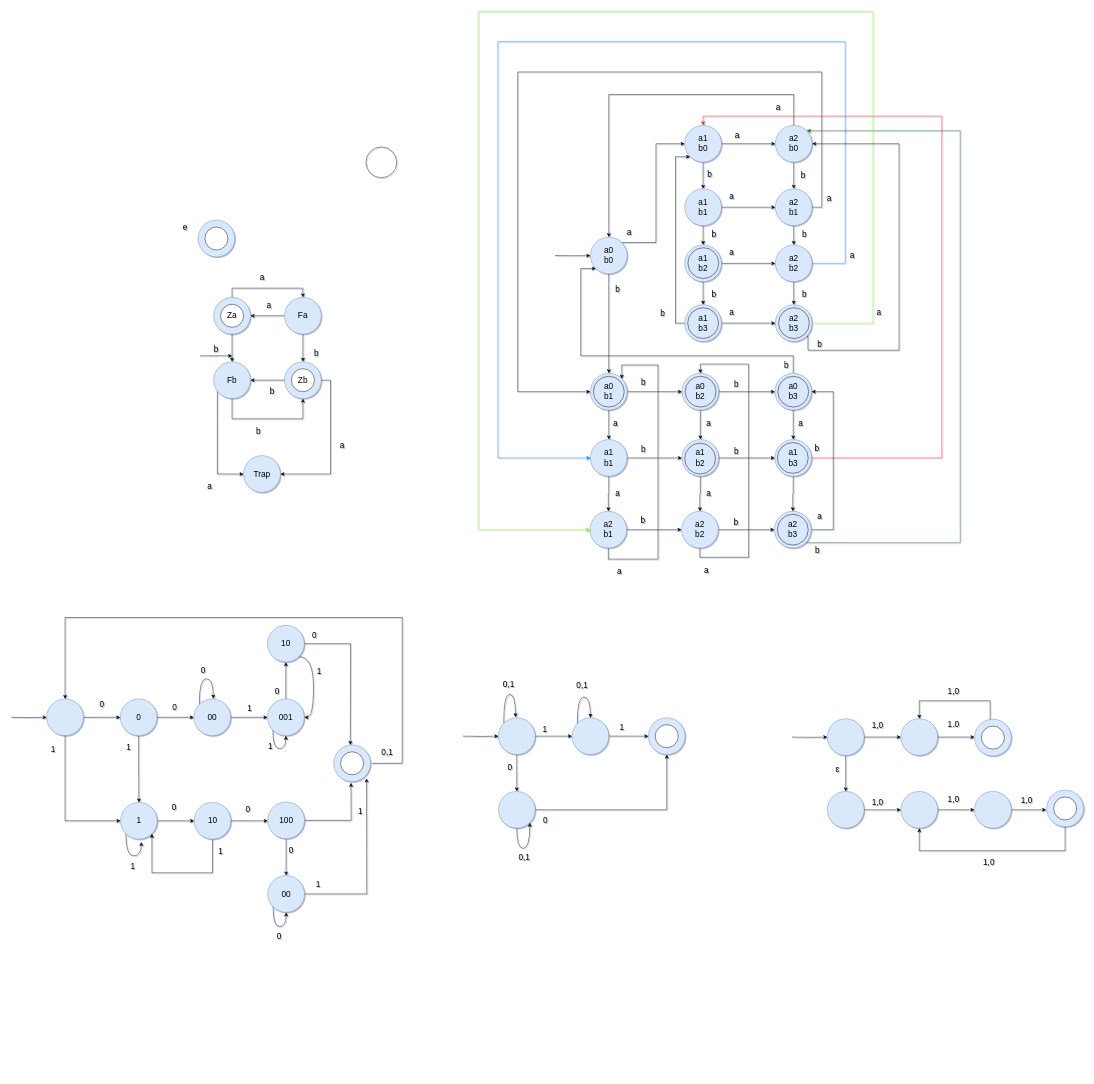
Before: HW2/HW2-P.drawio in mohsenkamini/SBU_FLA, a draw.io diagram. Source tidied: cells renumbered, new cells numbered last; positions are measured from the earlier drawing's top-left corner, leaving out a move shared by most shapes. Both pictures are drawn from the tidied source at 46%, with x=0, y=0 at pixel (11, 11).
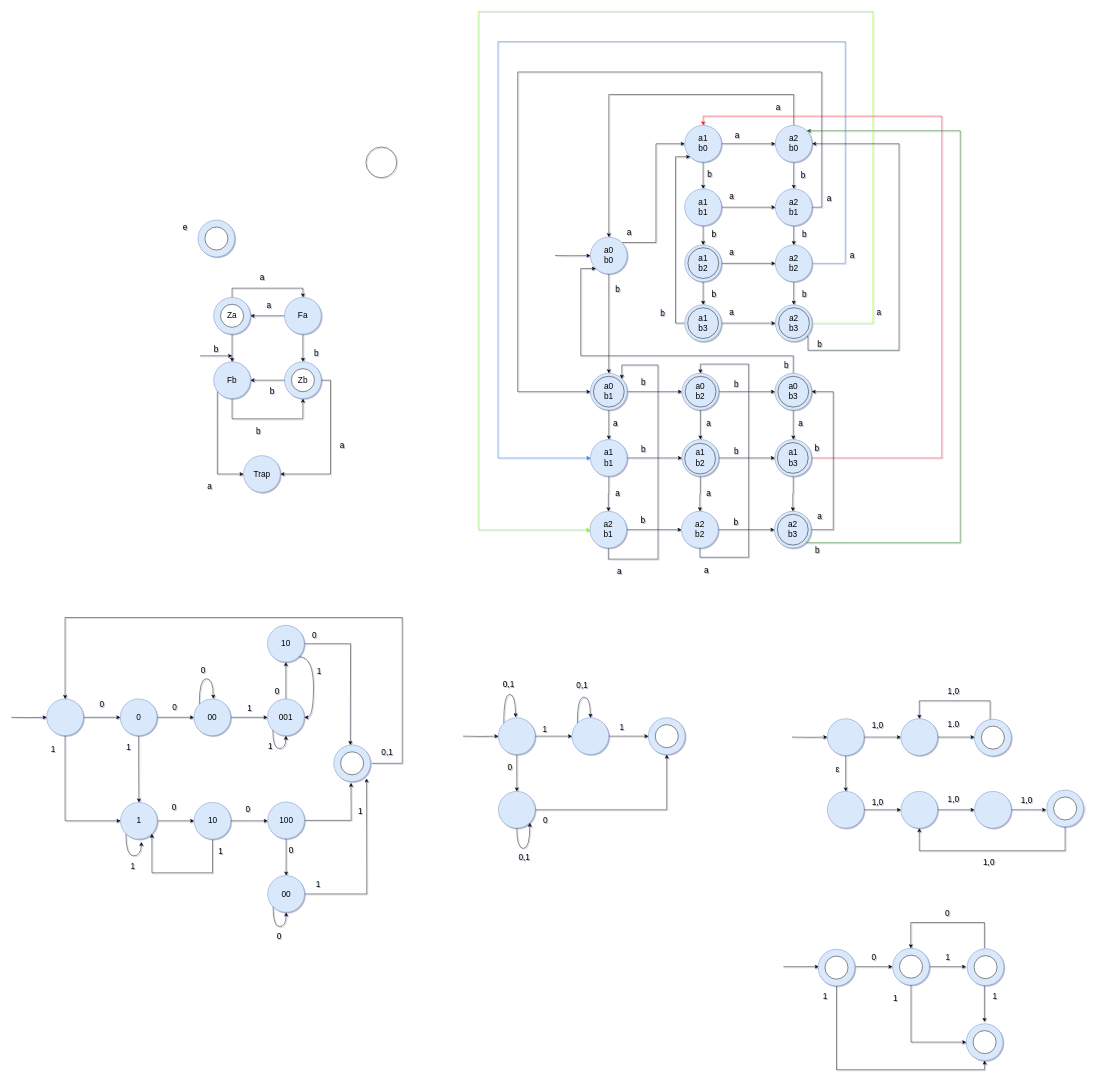
The same page after the edit.

Change to the diagram source:
```diff
@@
+    <mxCell id="232" style="edgeStyle=orthogonalEdgeStyle;rounded=0;orthogonalLoop=1;jettySize=auto;html=1;fontFamily=Helvetica;fontSize=18;fontColor=default;" parent="1" edge="1">
+      <mxGeometry relative="1" as="geometry">
+        <mxPoint x="1835.5" y="2077" as="sourcePoint" />
+        <mxPoint x="1915.5" y="2077" as="targetPoint" />
+      </mxGeometry>
+    </mxCell>
+    <mxCell id="233" style="edgeStyle=orthogonalEdgeStyle;rounded=0;orthogonalLoop=1;jettySize=auto;html=1;fontSize=18;entryX=0;entryY=0.5;entryDx=0;entryDy=0;" parent="1" edge="1">
+      <mxGeometry relative="1" as="geometry">
+        <mxPoint x="1678.5" y="2077" as="sourcePoint" />
+        <mxPoint x="1755.5" y="2077" as="targetPoint" />
+      </mxGeometry>
+    </mxCell>
+    <mxCell id="234" style="edgeStyle=orthogonalEdgeStyle;rounded=0;orthogonalLoop=1;jettySize=auto;html=1;fontFamily=Helvetica;fontSize=18;fontColor=default;" parent="1" edge="1">
+      <mxGeometry relative="1" as="geometry">
+        <mxPoint x="1995.5" y="2077" as="sourcePoint" />
+        <mxPoint x="2075.5" y="2077" as="targetPoint" />
+      </mxGeometry>
+    </mxCell>
+    <mxCell id="235" value="0" style="text;html=1;align=center;verticalAlign=middle;strokeColor=none;fillColor=none;fontFamily=Helvetica;fontSize=18;fontColor=default;" parent="1" vertex="1">
+      <mxGeometry x="1861" y="2040" width="28" height="34" as="geometry" />
+    </mxCell>
+    <mxCell id="236" style="edgeStyle=orthogonalEdgeStyle;rounded=0;orthogonalLoop=1;jettySize=auto;html=1;entryX=0.5;entryY=0;entryDx=0;entryDy=0;fontFamily=Helvetica;fontSize=18;fontColor=default;" parent="1" edge="1">
+      <mxGeometry relative="1" as="geometry">
+        <mxPoint x="2115.5" y="2037" as="sourcePoint" />
+        <mxPoint x="1955.5" y="2037" as="targetPoint" />
+        <Array as="points">
+          <mxPoint x="2116" y="1981" />
+          <mxPoint x="1956" y="1981" />
+        </Array>
+      </mxGeometry>
+    </mxCell>
+    <mxCell id="237" style="edgeStyle=orthogonalEdgeStyle;rounded=0;orthogonalLoop=1;jettySize=auto;html=1;fontFamily=Helvetica;fontSize=18;fontColor=default;" parent="1" edge="1">
+      <mxGeometry relative="1" as="geometry">
+        <mxPoint x="2115.5" y="2117" as="sourcePoint" />
+        <mxPoint x="2115.5" y="2197" as="targetPoint" />
+      </mxGeometry>
+    </mxCell>
+    <mxCell id="238" value="1" style="text;html=1;align=center;verticalAlign=middle;strokeColor=none;fillColor=none;fontFamily=Helvetica;fontSize=18;fontColor=default;" parent="1" vertex="1">
+      <mxGeometry x="2022" y="2040" width="28" height="34" as="geometry" />
+    </mxCell>
+    <mxCell id="239" value="0" style="text;html=1;align=center;verticalAlign=middle;strokeColor=none;fillColor=none;fontFamily=Helvetica;fontSize=18;fontColor=default;" parent="1" vertex="1">
+      <mxGeometry x="2021" y="1945" width="28" height="34" as="geometry" />
+    </mxCell>
+    <mxCell id="240" value="1" style="text;html=1;align=center;verticalAlign=middle;strokeColor=none;fillColor=none;fontFamily=Helvetica;fontSize=18;fontColor=default;" parent="1" vertex="1">
+      <mxGeometry x="2124" y="2125" width="28" height="34" as="geometry" />
+    </mxCell>
+    <mxCell id="241" style="group;" parent="1" vertex="1">
+      <mxGeometry x="1916" y="2037" width="80" height="80" as="geometry" />
+    </mxCell>
+    <mxCell id="242" style="ellipse;whiteSpace=wrap;html=1;hachureGap=4;fillColor=#dae8fc;strokeColor=#6c8ebf;rounded=0;fontSize=18;" parent="241" vertex="1">
+      <mxGeometry width="80" height="80" as="geometry" />
+    </mxCell>
+    <mxCell id="243" style="ellipse;whiteSpace=wrap;html=1;hachureGap=4;rounded=0;fontSize=18;" parent="241" vertex="1">
+      <mxGeometry x="15" y="15" width="50" height="50" as="geometry" />
+    </mxCell>
+    <mxCell id="244" style="group;" parent="1" vertex="1">
+      <mxGeometry x="2078" y="2038" width="80" height="80" as="geometry" />
+    </mxCell>
+    <mxCell id="245" style="ellipse;whiteSpace=wrap;html=1;hachureGap=4;fillColor=#dae8fc;strokeColor=#6c8ebf;rounded=0;fontSize=18;" parent="244" vertex="1">
+      <mxGeometry width="80" height="80" as="geometry" />
+    </mxCell>
+    <mxCell id="246" style="ellipse;whiteSpace=wrap;html=1;hachureGap=4;rounded=0;fontSize=18;" parent="244" vertex="1">
+      <mxGeometry x="15" y="15" width="50" height="50" as="geometry" />
+    </mxCell>
+    <mxCell id="247" style="group;" parent="1" vertex="1">
+      <mxGeometry x="2076" y="2201" width="80" height="80" as="geometry" />
+    </mxCell>
+    <mxCell id="248" style="ellipse;whiteSpace=wrap;html=1;hachureGap=4;fillColor=#dae8fc;strokeColor=#6c8ebf;rounded=0;fontSize=18;" parent="247" vertex="1">
+      <mxGeometry width="80" height="80" as="geometry" />
+    </mxCell>
+    <mxCell id="249" style="ellipse;whiteSpace=wrap;html=1;hachureGap=4;rounded=0;fontSize=18;" parent="247" vertex="1">
+      <mxGeometry x="15" y="15" width="50" height="50" as="geometry" />
+    </mxCell>
+    <mxCell id="250" style="group;" parent="1" vertex="1">
+      <mxGeometry x="1754" y="2039" width="80" height="80" as="geometry" />
+    </mxCell>
+    <mxCell id="251" style="ellipse;whiteSpace=wrap;html=1;hachureGap=4;fillColor=#dae8fc;strokeColor=#6c8ebf;rounded=0;fontSize=18;" parent="250" vertex="1">
+      <mxGeometry width="80" height="80" as="geometry" />
+    </mxCell>
+    <mxCell id="252" style="ellipse;whiteSpace=wrap;html=1;hachureGap=4;rounded=0;fontSize=18;" parent="250" vertex="1">
+      <mxGeometry x="15" y="15" width="50" height="50" as="geometry" />
+    </mxCell>
+    <mxCell id="253" style="edgeStyle=orthogonalEdgeStyle;rounded=0;jettySize=auto;html=1;exitX=0.5;exitY=1;exitDx=0;exitDy=0;entryX=0;entryY=0.5;entryDx=0;entryDy=0;fontFamily=Helvetica;fontSize=18;fontColor=default;" parent="1" edge="1" source="242" target="248">
+      <mxGeometry relative="1" as="geometry" />
+    </mxCell>
+    <mxCell id="254" value="1" style="text;html=1;align=center;verticalAlign=middle;strokeColor=none;fillColor=none;fontFamily=Helvetica;fontSize=18;fontColor=default;" parent="1" vertex="1">
+      <mxGeometry x="1908" y="2129" width="28" height="34" as="geometry" />
+    </mxCell>
+    <mxCell id="255" style="edgeStyle=orthogonalEdgeStyle;rounded=0;jettySize=auto;html=1;entryX=0.5;entryY=1;entryDx=0;entryDy=0;fontFamily=Helvetica;fontSize=18;fontColor=default;" parent="1" edge="1" source="251" target="248">
+      <mxGeometry relative="1" as="geometry">
+        <Array as="points">
+          <mxPoint x="1794" y="2301" />
+          <mxPoint x="2116" y="2301" />
+        </Array>
+      </mxGeometry>
+    </mxCell>
+    <mxCell id="256" value="1" style="text;html=1;align=center;verticalAlign=middle;strokeColor=none;fillColor=none;fontFamily=Helvetica;fontSize=18;fontColor=default;" parent="1" vertex="1">
+      <mxGeometry x="1755" y="2124" width="28" height="34" as="geometry" />
+    </mxCell>
```
